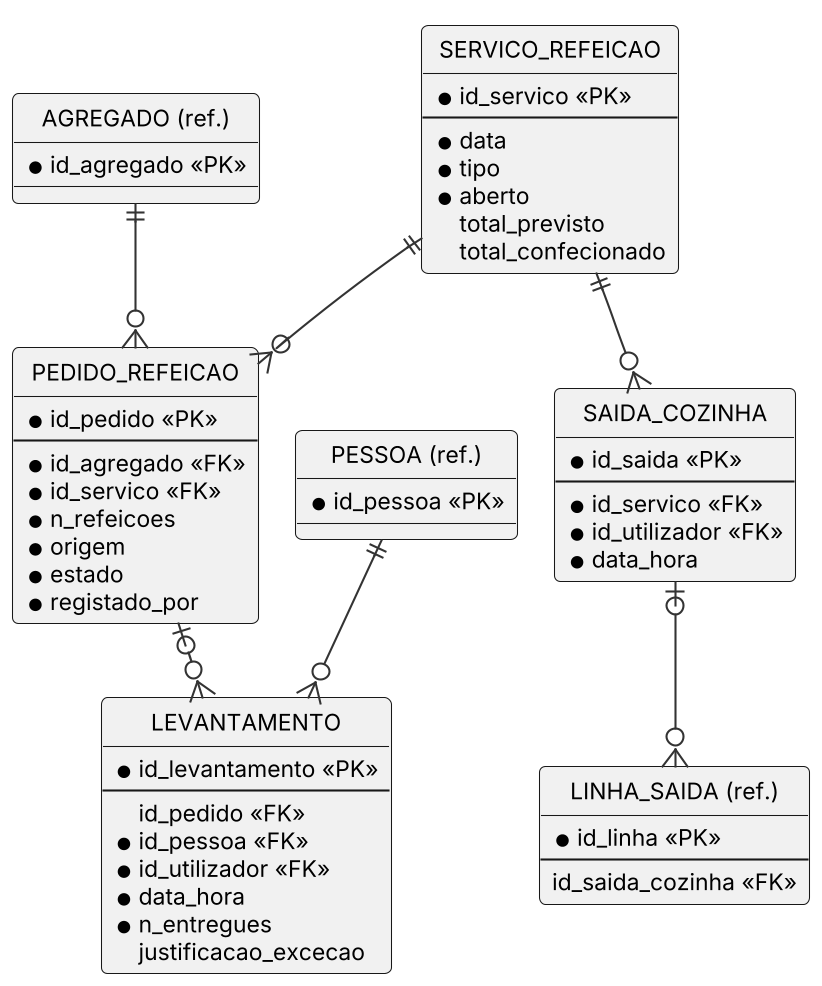
This is Docs/diagramas/er_refeicoes.png from Miguel31028/GASC, a PlantUML export, as it was before one commit. Its diagram source:
```plantuml
@startuml
!include _estilo.iuml
hide circle
skinparam linetype ortho
entity "SERVICO_REFEICAO" as SR {
  * id_servico <<PK>>
  --
  * data
  * tipo
  * aberto
  total_previsto
  total_confecionado
}
entity "PEDIDO_REFEICAO" as PR {
  * id_pedido <<PK>>
  --
  * id_agregado <<FK>>
  * id_servico <<FK>>
  * n_refeicoes
  * origem
  * estado
  * registado_por
}
entity "LEVANTAMENTO" as LV {
  * id_levantamento <<PK>>
  --
  id_pedido <<FK>>
  * id_pessoa <<FK>>
  * id_utilizador <<FK>>
  * data_hora
  * n_entregues
  justificacao_excecao
}
entity "SAIDA_COZINHA" as SC {
  * id_saida <<PK>>
  --
  * id_servico <<FK>>
  * id_utilizador <<FK>>
  * data_hora
}
entity "LINHA_SAIDA (ref.)" as LS {
  * id_linha <<PK>>
  --
  id_saida_cozinha <<FK>>
}
entity "AGREGADO (ref.)" as AG {
  * id_agregado <<PK>>
}
entity "PESSOA (ref.)" as PE {
  * id_pessoa <<PK>>
}
AG ||--o{ PR
SR ||--o{ PR
PR |o--o{ LV
PE ||--o{ LV
SR ||--o{ SC
SC |o--o{ LS
@enduml
```
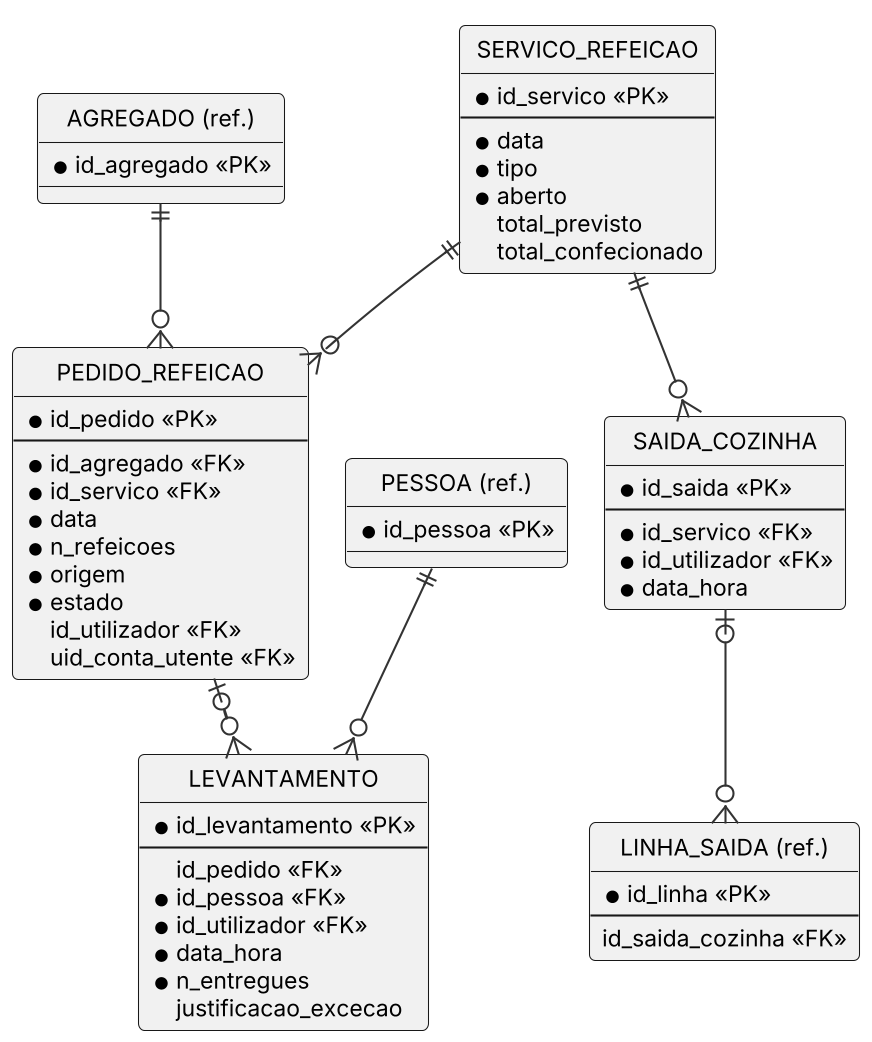
Later version of the same file.

Diff of the diagram source:
```diff
@@ -16,10 +16,12 @@
   --
   * id_agregado <<FK>>
   * id_servico <<FK>>
+  * data
   * n_refeicoes
   * origem
   * estado
-  * registado_por
+  id_utilizador <<FK>>
+  uid_conta_utente <<FK>>
 }
 entity "LEVANTAMENTO" as LV {
   * id_levantamento <<PK>>
```
